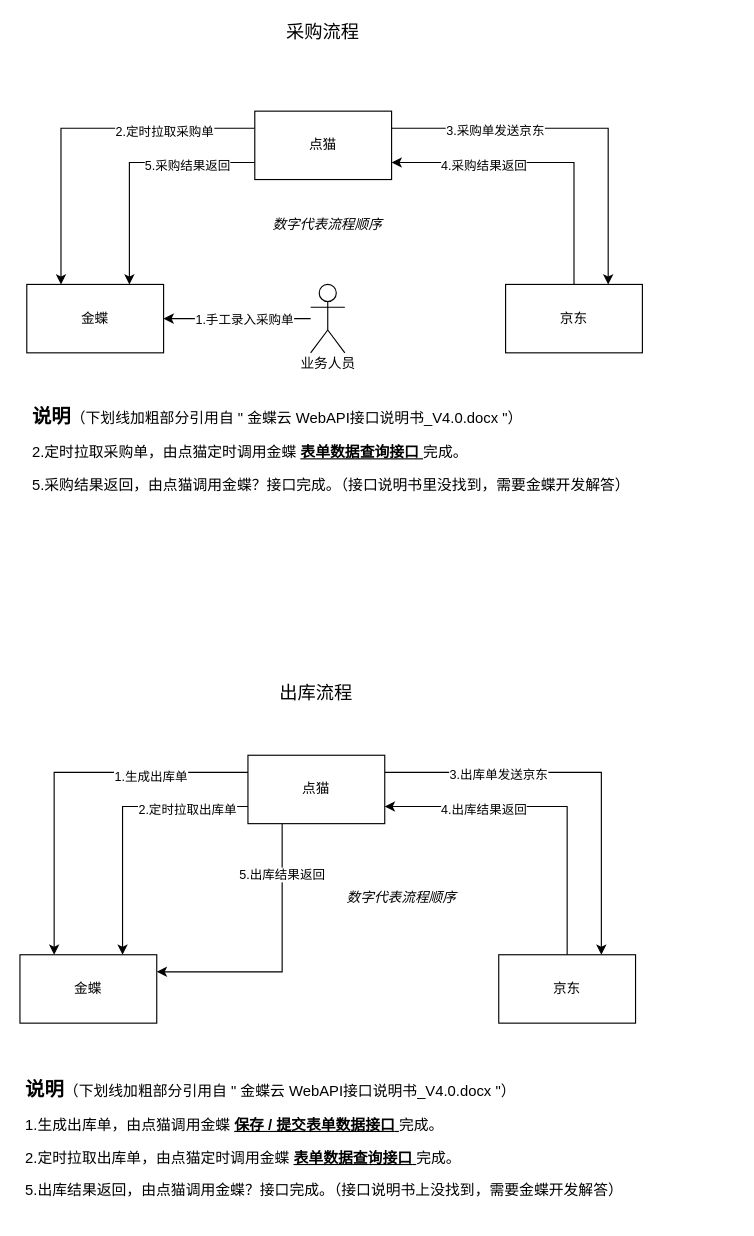
Earlier version of the draw.io diagram kingdee-jd-business.drawio (yindongjun/drawio-2). Source tidied: cells renumbered, new cells numbered last; positions are measured from the earlier drawing's top-left corner, leaving out a move shared by most shapes. Both pictures are drawn from the tidied source at 114%, with x=0, y=0 at pixel (19, 19).
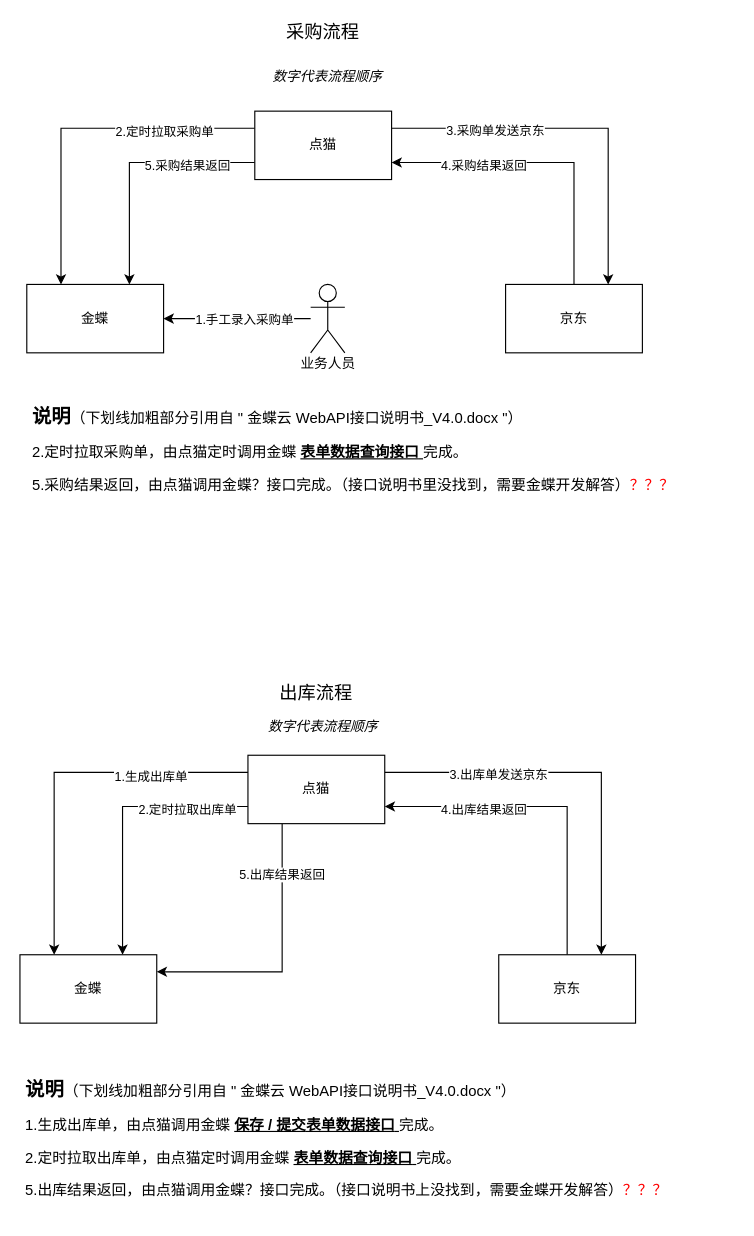
After the change.

Diff of the diagram source:
```diff
@@
-    <mxCell id="32" value="&lt;h1 style=&quot;font-size: 13px&quot;&gt;&lt;font style=&quot;font-size: 17px&quot;&gt;说明&lt;/font&gt;&lt;font style=&quot;font-size: 13px ; font-weight: normal&quot;&gt;（下划线加粗部分引用自 &quot; 金蝶云 WebAPI接口说明书_V4.0.docx &quot;）&lt;/font&gt;&lt;/h1&gt;&lt;p style=&quot;font-size: 13px&quot;&gt;2.定时拉取采购单，由点猫定时调用金蝶 &lt;u&gt;&lt;b&gt;表单数据查询接口&lt;/b&gt; &lt;/u&gt;完成。&lt;/p&gt;&lt;p style=&quot;font-size: 13px&quot;&gt;5.采购结果返回，由点猫调用金蝶？接口完成。（接口说明书里没找到，需要金蝶开发解答）&lt;/p&gt;" style="text;html=1;strokeColor=none;fillColor=none;spacing=5;spacingTop=-20;whiteSpace=wrap;overflow=hidden;rounded=0;fontSize=12;" parent="1" vertex="1">
+    <mxCell id="32" value="&lt;h1 style=&quot;font-size: 13px&quot;&gt;&lt;font style=&quot;font-size: 17px&quot;&gt;说明&lt;/font&gt;&lt;font style=&quot;font-size: 13px ; font-weight: normal&quot;&gt;（下划线加粗部分引用自 &quot; 金蝶云 WebAPI接口说明书_V4.0.docx &quot;）&lt;/font&gt;&lt;/h1&gt;&lt;p style=&quot;font-size: 13px&quot;&gt;2.定时拉取采购单，由点猫定时调用金蝶 &lt;u&gt;&lt;b&gt;表单数据查询接口&lt;/b&gt; &lt;/u&gt;完成。&lt;/p&gt;&lt;p style=&quot;font-size: 13px&quot;&gt;5.采购结果返回，由点猫调用金蝶？接口完成。（接口说明书里没找到，需要金蝶开发解答）&lt;font color=&quot;#ff0000&quot;&gt;？？？&lt;/font&gt;&lt;/p&gt;" style="text;html=1;strokeColor=none;fillColor=none;spacing=5;spacingTop=-20;whiteSpace=wrap;overflow=hidden;rounded=0;fontSize=12;" parent="1" vertex="1">
       <mxGeometry x="6" y="340" width="620" height="120" as="geometry" />
     </mxCell>
-    <mxCell id="33" value="&lt;h1 style=&quot;font-size: 13px&quot;&gt;&lt;font style=&quot;font-size: 17px&quot;&gt;说明&lt;/font&gt;&lt;font style=&quot;font-size: 13px ; font-weight: normal&quot;&gt;（下划线加粗部分引用自 &quot; 金蝶云 WebAPI接口说明书_V4.0.docx &quot;）&lt;/font&gt;&lt;/h1&gt;&lt;p style=&quot;font-size: 13px&quot;&gt;1.生成出库单，由点猫调用金蝶 &lt;b&gt;&lt;u&gt;保存 / 提交&lt;/u&gt;&lt;/b&gt;&lt;u&gt;&lt;b&gt;表单数据接口&lt;/b&gt;&amp;nbsp;&lt;/u&gt;完成。&lt;br&gt;&lt;/p&gt;&lt;p style=&quot;font-size: 13px&quot;&gt;2.定时拉取出库单，由点猫定时调用金蝶 &lt;u&gt;&lt;b&gt;表单数据查询接口&lt;/b&gt; &lt;/u&gt;完成。&lt;/p&gt;&lt;p style=&quot;font-size: 13px&quot;&gt;5.出库结果返回，由点猫调用金蝶？接口完成。（接口说明书上没找到，需要金蝶开发解答）&lt;/p&gt;&lt;p&gt;&lt;br&gt;&lt;/p&gt;" style="text;html=1;strokeColor=none;fillColor=none;spacing=5;spacingTop=-20;whiteSpace=wrap;overflow=hidden;rounded=0;fontSize=12;" parent="1" vertex="1">
+    <mxCell id="33" value="&lt;h1 style=&quot;font-size: 13px&quot;&gt;&lt;font style=&quot;font-size: 17px&quot;&gt;说明&lt;/font&gt;&lt;font style=&quot;font-size: 13px ; font-weight: normal&quot;&gt;（下划线加粗部分引用自 &quot; 金蝶云 WebAPI接口说明书_V4.0.docx &quot;）&lt;/font&gt;&lt;/h1&gt;&lt;p style=&quot;font-size: 13px&quot;&gt;1.生成出库单，由点猫调用金蝶 &lt;b&gt;&lt;u&gt;保存 / 提交&lt;/u&gt;&lt;/b&gt;&lt;u&gt;&lt;b&gt;表单数据接口&lt;/b&gt;&amp;nbsp;&lt;/u&gt;完成。&lt;br&gt;&lt;/p&gt;&lt;p style=&quot;font-size: 13px&quot;&gt;2.定时拉取出库单，由点猫定时调用金蝶 &lt;u&gt;&lt;b&gt;表单数据查询接口&lt;/b&gt; &lt;/u&gt;完成。&lt;/p&gt;&lt;p style=&quot;font-size: 13px&quot;&gt;5.出库结果返回，由点猫调用金蝶？接口完成。（接口说明书上没找到，需要金蝶开发解答）&lt;font color=&quot;#ff0000&quot;&gt;？？？&lt;/font&gt;&lt;/p&gt;&lt;p&gt;&lt;br&gt;&lt;/p&gt;" style="text;html=1;strokeColor=none;fillColor=none;spacing=5;spacingTop=-20;whiteSpace=wrap;overflow=hidden;rounded=0;fontSize=12;" parent="1" vertex="1">
       <mxGeometry y="930" width="596" height="120" as="geometry" />
     </mxCell>
     <mxCell id="34" value="数字代表流程顺序" style="text;html=1;strokeColor=none;fillColor=none;align=center;verticalAlign=middle;whiteSpace=wrap;rounded=0;fontStyle=2;" parent="1" vertex="1">
-      <mxGeometry x="220" y="170" width="100" height="20" as="geometry" />
+      <mxGeometry x="220" y="40" width="100" height="20" as="geometry" />
     </mxCell>
     <mxCell id="35" value="数字代表流程顺序" style="text;html=1;strokeColor=none;fillColor=none;align=center;verticalAlign=middle;whiteSpace=wrap;rounded=0;fontStyle=2;" parent="1" vertex="1">
-      <mxGeometry x="285" y="760" width="100" height="20" as="geometry" />
+      <mxGeometry x="216" y="610" width="100" height="20" as="geometry" />
     </mxCell>
```
